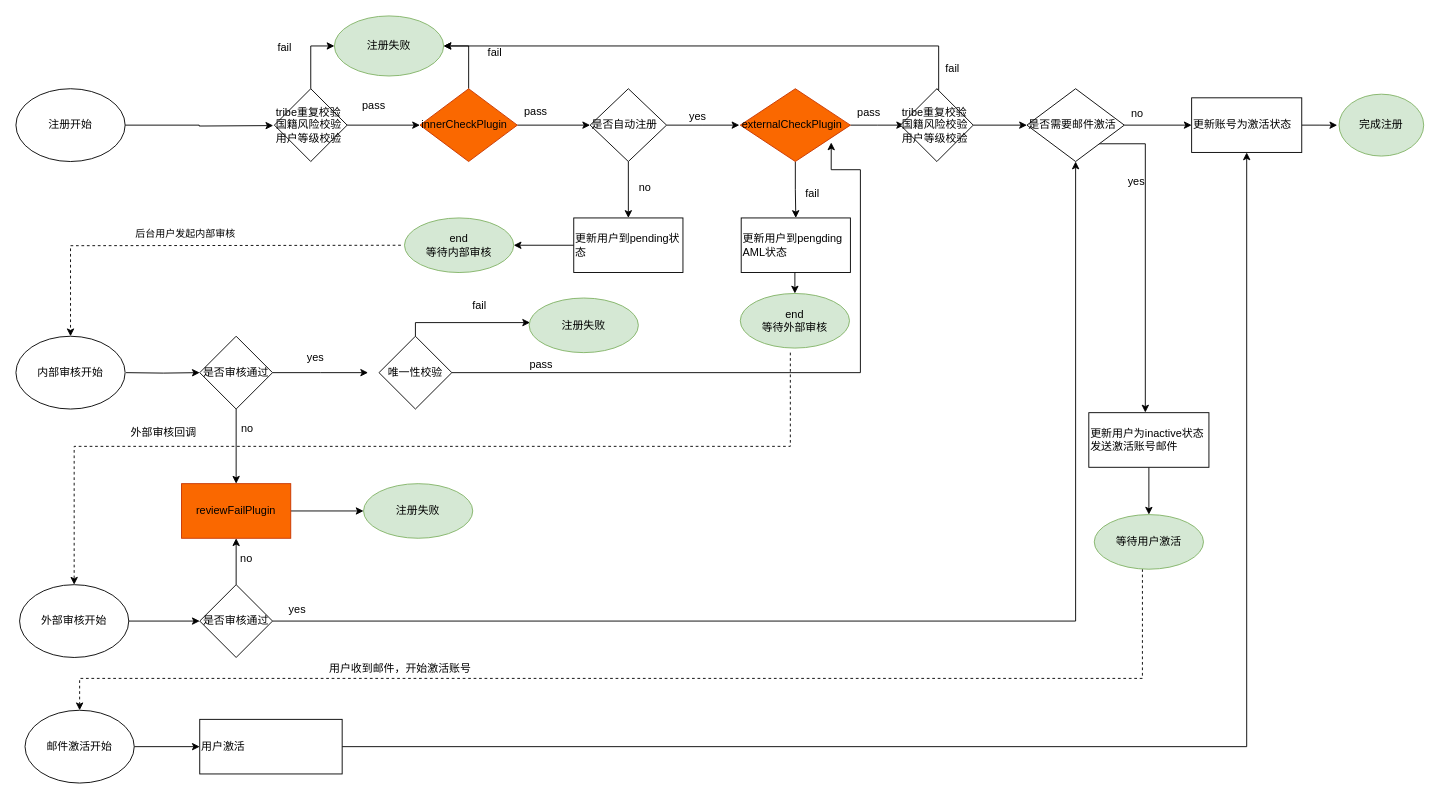
Earlier version of the draw.io diagram page "Page-12" (12 of 13) of Untitled Diagram.drawio (wang86924324/workstation). Source tidied: cells renumbered, new cells numbered last; positions are measured from the earlier drawing's top-left corner, leaving out a move shared by most shapes. Both pictures are drawn from the tidied source at 91%, with x=0, y=0 at pixel (15, 15).
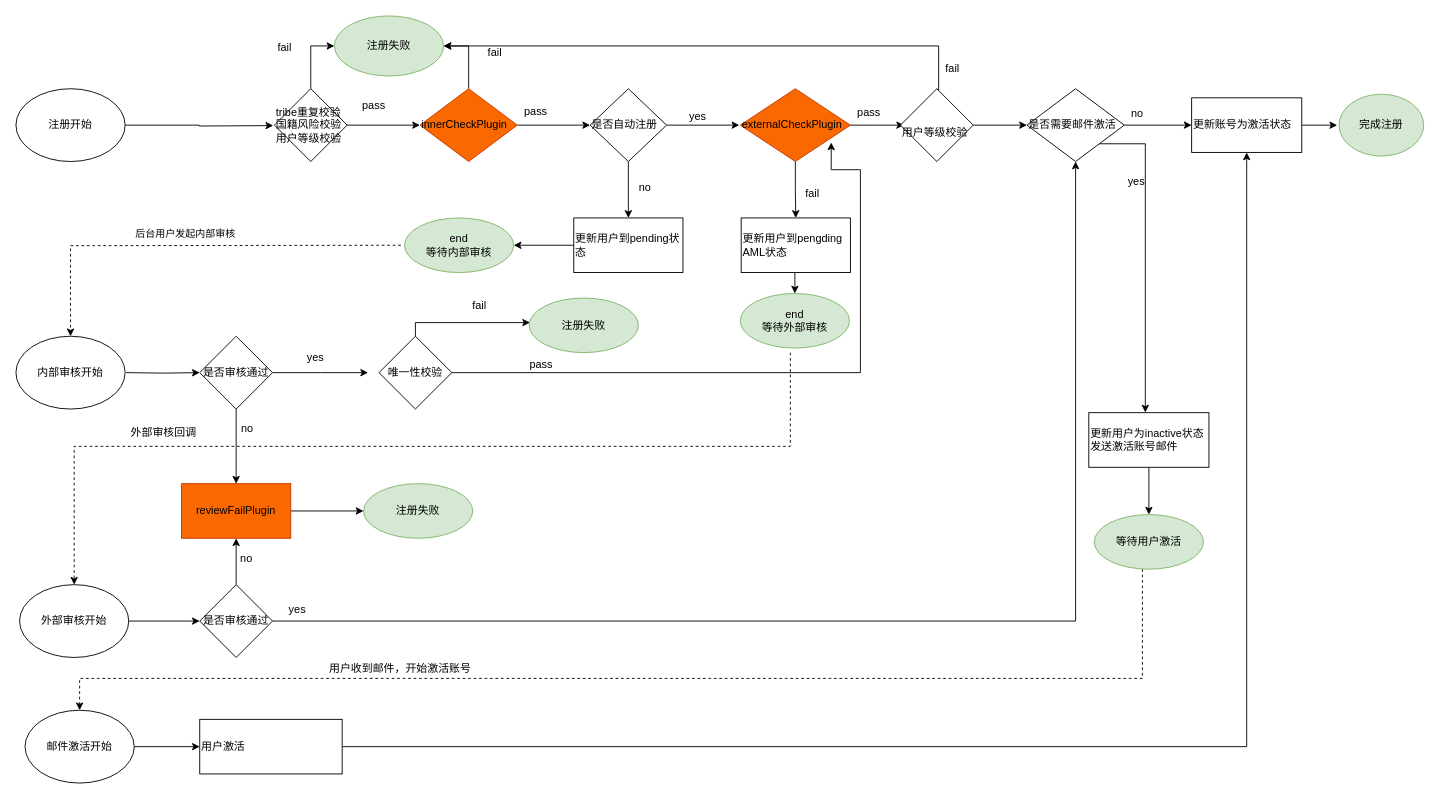
The same diagram, later.

Diff of the diagram source:
```diff
@@
-    <mxCell id="78" value="&lt;font style=&quot;font-size: 12px&quot;&gt;tribe重复校验&lt;br&gt;国籍风险校验&lt;br&gt;用户等级校验&lt;/font&gt;" style="rhombus;whiteSpace=wrap;html=1;rounded=0;fontSize=3;align=left;" parent="1" vertex="1">
+    <mxCell id="78" value="&lt;font style=&quot;font-size: 12px&quot;&gt;&lt;br&gt;用户等级校验&lt;/font&gt;" style="rhombus;whiteSpace=wrap;html=1;rounded=0;fontSize=3;align=left;" parent="1" vertex="1">
       <mxGeometry x="972" y="80" width="80" height="80" as="geometry" />
     </mxCell>
```
